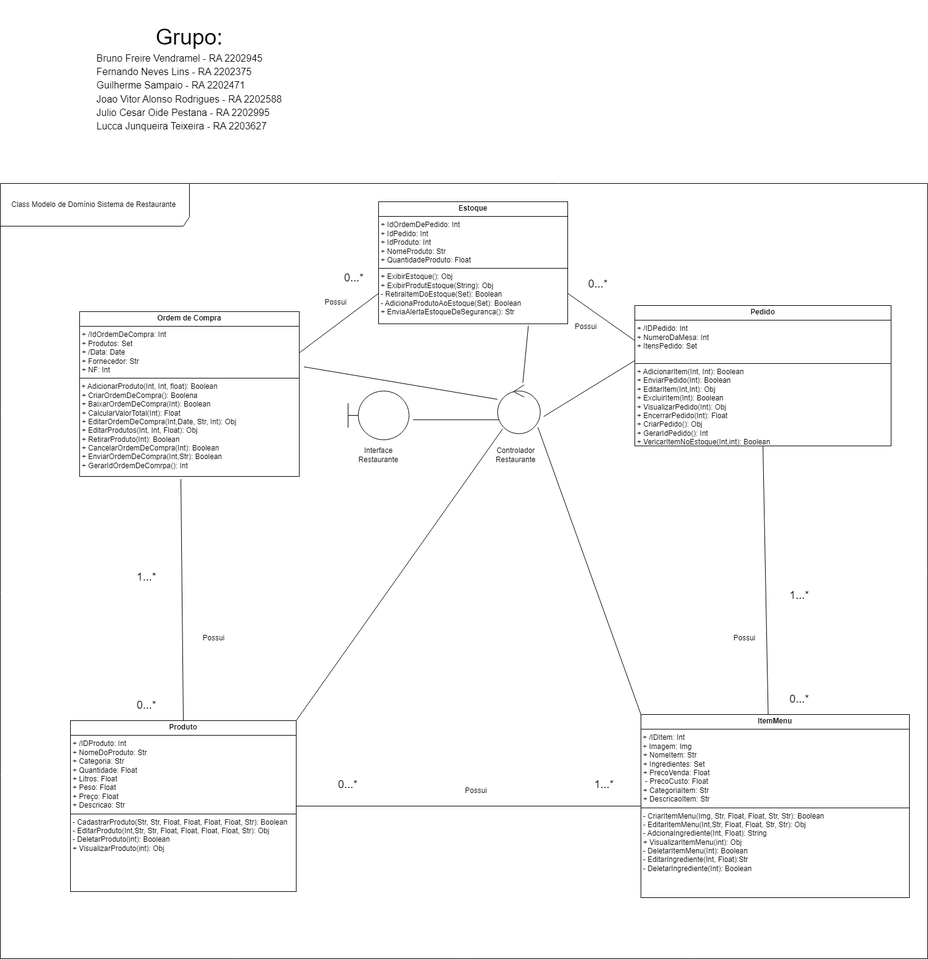
Above: Analise_e_Modelagem/Ap2/RestoBar_DiagramaDeClassesProjeto.png in GuiSampaioDias/Quarto_Semestre (draw.io), before the change. Source tidied: cells renumbered, new cells last; positions are measured from the earlier drawing's top-left corner, leaving out a move shared by most shapes.
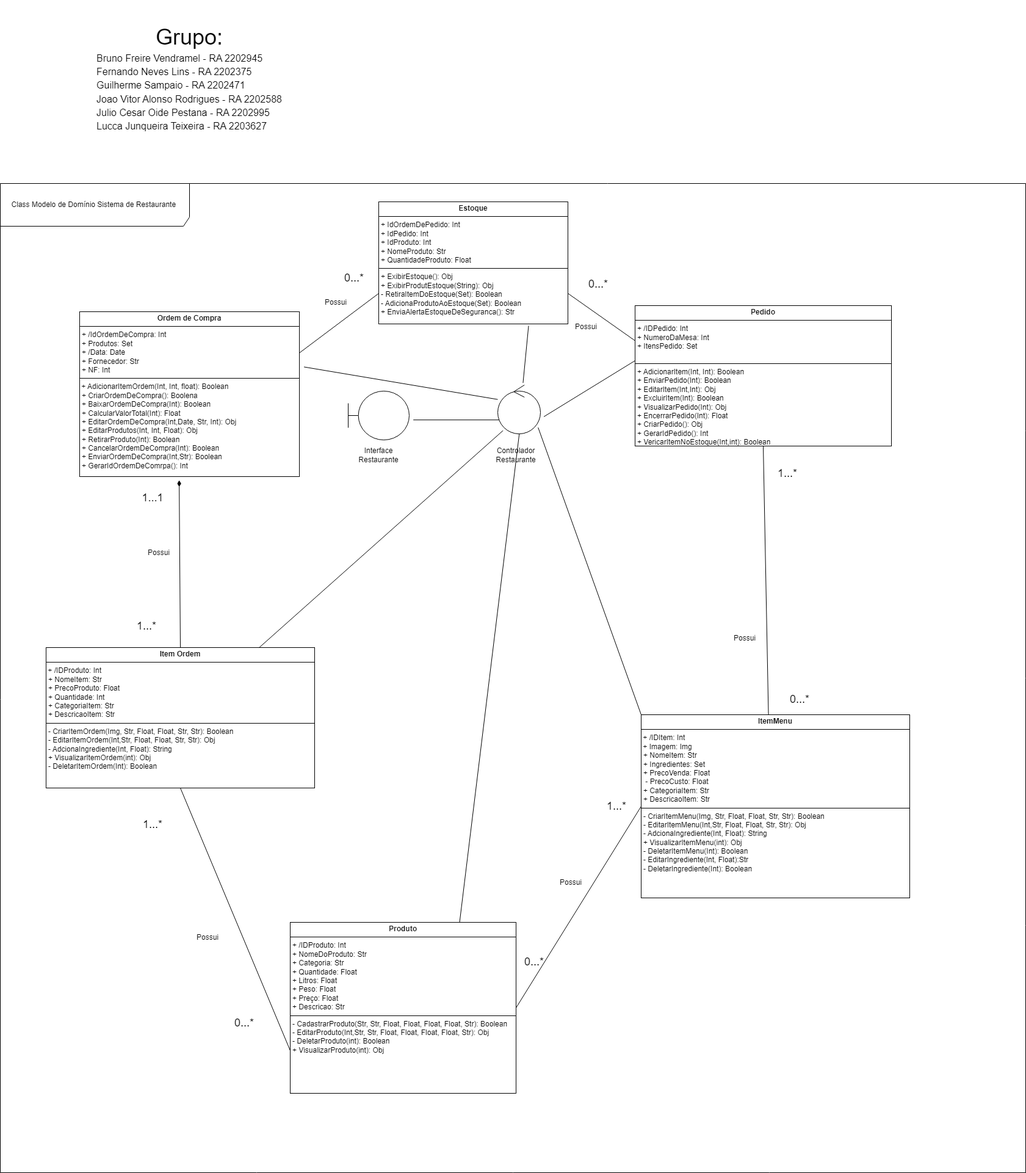
After the commit.

The edit, as a diff of the source:
```diff
@@ -11,5 +11,5 @@
     <mxCell id="4" value="&lt;p style=&quot;margin:0px;margin-top:4px;text-align:center;&quot;&gt;&lt;b&gt;Produto&lt;/b&gt;&lt;/p&gt;&lt;hr size=&quot;1&quot; style=&quot;border-style:solid;&quot;&gt;&lt;p style=&quot;margin:0px;margin-left:4px;&quot;&gt;+ /IDProduto: Int&lt;br&gt;+ NomeDoProduto: Str&lt;/p&gt;&lt;p style=&quot;margin:0px;margin-left:4px;&quot;&gt;+ Categoria: Str&lt;/p&gt;&lt;p style=&quot;margin:0px;margin-left:4px;&quot;&gt;+ Quantidade: Float&lt;/p&gt;&lt;p style=&quot;margin:0px;margin-left:4px;&quot;&gt;+ Litros: Float&lt;/p&gt;&lt;p style=&quot;margin:0px;margin-left:4px;&quot;&gt;+ Peso: Float&lt;/p&gt;&lt;p style=&quot;margin:0px;margin-left:4px;&quot;&gt;+ Preço: Float&lt;/p&gt;&lt;p style=&quot;margin:0px;margin-left:4px;&quot;&gt;+ Descricao: Str&lt;/p&gt;&lt;hr size=&quot;1&quot; style=&quot;border-style:solid;&quot;&gt;&lt;p style=&quot;margin:0px;margin-left:4px;&quot;&gt;- CadastrarProduto(Str, Str, Float, Float, Float, Float, Str): Boolean&lt;br&gt;- EditarProduto(Int,Str, Str, Float, Float, Float, Float, Str): Obj&lt;/p&gt;&lt;p style=&quot;margin:0px;margin-left:4px;&quot;&gt;- DeletarProduto(int): Boolean&lt;/p&gt;&lt;p style=&quot;margin:0px;margin-left:4px;&quot;&gt;+ VisualizarProduto(int): Obj&lt;/p&gt;" style="verticalAlign=top;align=left;overflow=fill;html=1;whiteSpace=wrap;" parent="1" vertex="1">
-      <mxGeometry x="115" y="1180" width="370" height="280" as="geometry" />
+      <mxGeometry x="475" y="1510" width="370" height="280" as="geometry" />
     </mxCell>
-    <mxCell id="5" value="&lt;p style=&quot;margin:0px;margin-top:4px;text-align:center;&quot;&gt;&lt;b&gt;Ordem de Compra&lt;/b&gt;&lt;/p&gt;&lt;hr size=&quot;1&quot; style=&quot;border-style:solid;&quot;&gt;&lt;p style=&quot;margin:0px;margin-left:4px;&quot;&gt;+ /IdOrdemDeCompra: Int&lt;br&gt;+ Produtos: Set&lt;/p&gt;&lt;p style=&quot;margin:0px;margin-left:4px;&quot;&gt;+ /Data: Date&lt;/p&gt;&lt;p style=&quot;margin:0px;margin-left:4px;&quot;&gt;+ Fornecedor: Str&lt;/p&gt;&lt;p style=&quot;margin:0px;margin-left:4px;&quot;&gt;+ NF: Int&lt;/p&gt;&lt;hr size=&quot;1&quot; style=&quot;border-style:solid;&quot;&gt;&amp;nbsp;+ AdicionarProduto(Int, Int, float): Boolean&lt;br&gt;&lt;p style=&quot;margin:0px;margin-left:4px;&quot;&gt;+ CriarOrdemDeCompra(): Boolena&lt;/p&gt;&lt;p style=&quot;margin:0px;margin-left:4px;&quot;&gt;+ BaixarOrdemDeCompra(Int): Boolean&lt;br&gt;+ CalcularValorTotal(Int): Float&lt;/p&gt;&lt;p style=&quot;margin:0px;margin-left:4px;&quot;&gt;+ EditarOrdemDeCompra(Int,&lt;span style=&quot;background-color: initial;&quot;&gt;Date, Str, Int&lt;/span&gt;&lt;span style=&quot;background-color: initial;&quot;&gt;): Obj&lt;/span&gt;&lt;/p&gt;&lt;p style=&quot;margin:0px;margin-left:4px;&quot;&gt;&lt;span style=&quot;background-color: initial;&quot;&gt;+ EditarProdutos(Int, Int, Float): Obj&lt;/span&gt;&lt;/p&gt;&lt;p style=&quot;margin:0px;margin-left:4px;&quot;&gt;&lt;span style=&quot;background-color: initial;&quot;&gt;+ RetirarProduto(Int): Boolean&lt;/span&gt;&lt;/p&gt;&lt;p style=&quot;margin:0px;margin-left:4px;&quot;&gt;&lt;span style=&quot;background-color: initial;&quot;&gt;+ CancelarOrdemDeCompra(Int): Boolean&lt;/span&gt;&lt;/p&gt;&lt;p style=&quot;margin:0px;margin-left:4px;&quot;&gt;&lt;span style=&quot;background-color: initial;&quot;&gt;+ EnviarOrdemDeCompra(Int,Str): Boolean&lt;/span&gt;&lt;/p&gt;&lt;p style=&quot;margin:0px;margin-left:4px;&quot;&gt;&lt;span style=&quot;background-color: initial;&quot;&gt;+ GerarIdOrdemDeComrpa(): Int&lt;/span&gt;&lt;/p&gt;" style="verticalAlign=top;align=left;overflow=fill;html=1;whiteSpace=wrap;" parent="1" vertex="1">
+    <mxCell id="5" value="&lt;p style=&quot;margin:0px;margin-top:4px;text-align:center;&quot;&gt;&lt;b&gt;Ordem de Compra&lt;/b&gt;&lt;/p&gt;&lt;hr size=&quot;1&quot; style=&quot;border-style:solid;&quot;&gt;&lt;p style=&quot;margin:0px;margin-left:4px;&quot;&gt;+ /IdOrdemDeCompra: Int&lt;br&gt;+ Produtos: Set&lt;/p&gt;&lt;p style=&quot;margin:0px;margin-left:4px;&quot;&gt;+ /Data: Date&lt;/p&gt;&lt;p style=&quot;margin:0px;margin-left:4px;&quot;&gt;+ Fornecedor: Str&lt;/p&gt;&lt;p style=&quot;margin:0px;margin-left:4px;&quot;&gt;+ NF: Int&lt;/p&gt;&lt;hr size=&quot;1&quot; style=&quot;border-style:solid;&quot;&gt;&amp;nbsp;+ AdicionarItemOrdem(Int, Int, float): Boolean&lt;br&gt;&lt;p style=&quot;margin:0px;margin-left:4px;&quot;&gt;+ CriarOrdemDeCompra(): Boolena&lt;/p&gt;&lt;p style=&quot;margin:0px;margin-left:4px;&quot;&gt;+ BaixarOrdemDeCompra(Int): Boolean&lt;br&gt;+ CalcularValorTotal(Int): Float&lt;/p&gt;&lt;p style=&quot;margin:0px;margin-left:4px;&quot;&gt;+ EditarOrdemDeCompra(Int,&lt;span style=&quot;background-color: initial;&quot;&gt;Date, Str, Int&lt;/span&gt;&lt;span style=&quot;background-color: initial;&quot;&gt;): Obj&lt;/span&gt;&lt;/p&gt;&lt;p style=&quot;margin:0px;margin-left:4px;&quot;&gt;&lt;span style=&quot;background-color: initial;&quot;&gt;+ EditarProdutos(Int, Int, Float): Obj&lt;/span&gt;&lt;/p&gt;&lt;p style=&quot;margin:0px;margin-left:4px;&quot;&gt;&lt;span style=&quot;background-color: initial;&quot;&gt;+ RetirarProduto(Int): Boolean&lt;/span&gt;&lt;/p&gt;&lt;p style=&quot;margin:0px;margin-left:4px;&quot;&gt;&lt;span style=&quot;background-color: initial;&quot;&gt;+ CancelarOrdemDeCompra(Int): Boolean&lt;/span&gt;&lt;/p&gt;&lt;p style=&quot;margin:0px;margin-left:4px;&quot;&gt;&lt;span style=&quot;background-color: initial;&quot;&gt;+ EnviarOrdemDeCompra(Int,Str): Boolean&lt;/span&gt;&lt;/p&gt;&lt;p style=&quot;margin:0px;margin-left:4px;&quot;&gt;&lt;span style=&quot;background-color: initial;&quot;&gt;+ GerarIdOrdemDeComrpa(): Int&lt;/span&gt;&lt;/p&gt;" style="verticalAlign=top;align=left;overflow=fill;html=1;whiteSpace=wrap;" parent="1" vertex="1">
       <mxGeometry x="130" y="510" width="360" height="270" as="geometry" />
@@ -19,7 +19,2 @@
     </mxCell>
-    <mxCell id="7" style="endArrow=none;html=1;rounded=0;entryX=0.461;entryY=1.016;entryDx=0;entryDy=0;entryPerimeter=0;" parent="1" edge="1" target="5">
-      <mxGeometry relative="1" as="geometry">
-        <mxPoint x="300" y="1180" as="sourcePoint" />
-      </mxGeometry>
-    </mxCell>
     <mxCell id="8" style="endArrow=none;html=1;rounded=0;exitX=1;exitY=0.5;exitDx=0;exitDy=0;entryX=0;entryY=0.5;entryDx=0;entryDy=0;" parent="1" edge="1" source="4" target="6">
@@ -37,6 +32,6 @@
     <mxCell id="12" value="Possui" style="text;html=1;align=center;verticalAlign=middle;whiteSpace=wrap;rounded=0;" parent="1" vertex="1">
-      <mxGeometry x="320" y="1030" width="60" height="30" as="geometry" />
+      <mxGeometry x="310" y="1520" width="60" height="30" as="geometry" />
     </mxCell>
     <mxCell id="13" value="Possui" style="text;html=1;align=center;verticalAlign=middle;whiteSpace=wrap;rounded=0;" parent="1" vertex="1">
-      <mxGeometry x="750" y="1280" width="60" height="30" as="geometry" />
+      <mxGeometry x="905" y="1430" width="60" height="30" as="geometry" />
     </mxCell>
@@ -52,12 +47,12 @@
     <mxCell id="17" value="&lt;font style=&quot;font-size: 18px;&quot;&gt;1...*&lt;/font&gt;" style="text;html=1;align=center;verticalAlign=middle;whiteSpace=wrap;rounded=0;" parent="1" vertex="1">
-      <mxGeometry x="960" y="1270" width="60" height="30" as="geometry" />
+      <mxGeometry x="980" y="1305" width="60" height="30" as="geometry" />
     </mxCell>
     <mxCell id="18" value="&lt;font style=&quot;font-size: 18px;&quot;&gt;0...*&lt;/font&gt;" style="text;html=1;align=center;verticalAlign=middle;whiteSpace=wrap;rounded=0;" parent="1" vertex="1">
-      <mxGeometry x="540" y="1270" width="60" height="30" as="geometry" />
+      <mxGeometry x="845" y="1560" width="60" height="30" as="geometry" />
     </mxCell>
     <mxCell id="19" value="&lt;font style=&quot;font-size: 18px;&quot;&gt;0...*&lt;/font&gt;" style="text;html=1;align=center;verticalAlign=middle;whiteSpace=wrap;rounded=0;" parent="1" vertex="1">
-      <mxGeometry x="210" y="1140" width="60" height="30" as="geometry" />
+      <mxGeometry x="370" y="1660" width="60" height="30" as="geometry" />
     </mxCell>
-    <mxCell id="20" value="&lt;font style=&quot;font-size: 18px;&quot;&gt;1&lt;span style=&quot;color: rgba(0, 0, 0, 0); font-family: monospace; font-size: 0px; text-align: start; text-wrap: nowrap;&quot;&gt;%3CmxGraphModel%3E%3Croot%3E%3CmxCell%20id%3D%220%22%2F%3E%3CmxCell%20id%3D%221%22%20parent%3D%220%22%2F%3E%3CmxCell%20id%3D%222%22%20value%3D%22%26lt%3Bfont%20style%3D%26quot%3Bfont-size%3A%2018px%3B%26quot%3B%26gt%3B0...*%26lt%3B%2Ffont%26gt%3B%22%20style%3D%22text%3Bhtml%3D1%3Balign%3Dcenter%3BverticalAlign%3Dmiddle%3BwhiteSpace%3Dwrap%3Brounded%3D0%3B%22%20vertex%3D%221%22%20parent%3D%221%22%3E%3CmxGeometry%20x%3D%22240%22%20y%3D%22830%22%20width%3D%2260%22%20height%3D%2230%22%20as%3D%22geometry%22%2F%3E%3C%2FmxCell%3E%3C%2Froot%3E%3C%2FmxGraphModel%3E&lt;/span&gt;...*&lt;/font&gt;" style="text;html=1;align=center;verticalAlign=middle;whiteSpace=wrap;rounded=0;" parent="1" vertex="1">
-      <mxGeometry x="210" y="930" width="60" height="30" as="geometry" />
+    <mxCell id="20" value="&lt;font style=&quot;font-size: 18px;&quot;&gt;1&lt;span style=&quot;color: rgba(0, 0, 0, 0); font-family: monospace; font-size: 0px; text-align: start; text-wrap: nowrap;&quot;&gt;%3CmxGraphModel%3E%3Croot%3E%3CmxCell%20id%3D%220%22%2F%3E%3CmxCell%20id%3D%221%22%20parent%3D%220%22%2F%3E%3CmxCell%20id%3D%222%22%20value%3D%22%26lt%3Bfont%20style%3D%26quot%3Bfont-size%3A%2018px%3B%26quot%3B%26gt%3B0...*%26lt%3B%2Ffont%26gt%3B%22%20style%3D%22text%3Bhtml%3D1%3Balign%3Dcenter%3BverticalAlign%3Dmiddle%3BwhiteSpace%3Dwrap%3Brounded%3D0%3B%22%20vertex%3D%221%22%20parent%3D%221%22%3E%3CmxGeometry%20x%3D%22240%22%20y%3D%22830%22%20width%3D%2260%22%20height%3D%2230%22%20as%3D%22geometry%22%2F%3E%3C%2FmxCell%3E%3C%2Froot%3E%3C%2FmxGraphModel%3E&lt;/span&gt;...1&lt;/font&gt;" style="text;html=1;align=center;verticalAlign=middle;whiteSpace=wrap;rounded=0;" parent="1" vertex="1">
+      <mxGeometry x="220" y="800" width="60" height="30" as="geometry" />
     </mxCell>
@@ -67,3 +62,3 @@
     <mxCell id="22" value="&lt;font style=&quot;font-size: 18px;&quot;&gt;1...*&lt;/font&gt;" style="text;html=1;align=center;verticalAlign=middle;whiteSpace=wrap;rounded=0;" parent="1" vertex="1">
-      <mxGeometry x="1280" y="960" width="60" height="30" as="geometry" />
+      <mxGeometry x="1260" y="760" width="60" height="30" as="geometry" />
     </mxCell>
@@ -76,3 +71,3 @@
     <mxCell id="25" value="Class Modelo de Domínio Sistema de Restaurante&amp;nbsp;" style="shape=umlFrame;whiteSpace=wrap;html=1;width=310;height=70;" parent="1" vertex="1">
-      <mxGeometry y="300" width="1520" height="1270" as="geometry" />
+      <mxGeometry y="300" width="1680" height="1620" as="geometry" />
     </mxCell>
@@ -102,3 +97,3 @@
     </mxCell>
-    <mxCell id="34" style="endArrow=none;html=1;rounded=0;exitX=1;exitY=0;exitDx=0;exitDy=0;entryX=0.121;entryY=0.899;entryDx=0;entryDy=0;entryPerimeter=0;" parent="1" edge="1" source="4" target="27">
+    <mxCell id="34" style="endArrow=none;html=1;rounded=0;exitX=0.75;exitY=0;exitDx=0;exitDy=0;entryX=0.505;entryY=0.996;entryDx=0;entryDy=0;entryPerimeter=0;" parent="1" edge="1" source="4" target="27">
       <mxGeometry relative="1" as="geometry" />
@@ -111,2 +106,23 @@
     </mxCell>
+    <mxCell id="37" value="&lt;p style=&quot;margin:0px;margin-top:4px;text-align:center;&quot;&gt;&lt;b&gt;Item Ordem&lt;/b&gt;&lt;/p&gt;&lt;hr size=&quot;1&quot; style=&quot;border-style:solid;&quot;&gt;&amp;nbsp;+ /IDProduto: Int&amp;nbsp;&lt;div&gt;&lt;p style=&quot;margin:0px;margin-left:4px;&quot;&gt;+ NomeItem: Str&lt;br&gt;&lt;/p&gt;&lt;p style=&quot;margin:0px;margin-left:4px;&quot;&gt;+ PrecoProduto: Float&lt;/p&gt;&lt;p style=&quot;margin:0px;margin-left:4px;&quot;&gt;+ Quantidade: Int&lt;/p&gt;&lt;p style=&quot;margin:0px;margin-left:4px;&quot;&gt;+ CategoriaItem: Str&lt;/p&gt;&lt;p style=&quot;margin:0px;margin-left:4px;&quot;&gt;+ DescricaoItem: Str&lt;/p&gt;&lt;hr size=&quot;1&quot; style=&quot;border-style:solid;&quot;&gt;&lt;p style=&quot;margin:0px;margin-left:4px;&quot;&gt;- CriarItemOrdem(Img,&amp;nbsp;&lt;span style=&quot;background-color: initial;&quot;&gt;Str, Float, Float, Str, Str&lt;/span&gt;&lt;span style=&quot;background-color: initial;&quot;&gt;): Boolean&lt;/span&gt;&lt;/p&gt;&lt;p style=&quot;margin:0px;margin-left:4px;&quot;&gt;- EditarItemOrdem(Int,Str, Float, Float, Str, Str): Obj&lt;/p&gt;&lt;p style=&quot;margin:0px;margin-left:4px;&quot;&gt;- AdcionaIngrediente(Int, Float): String&lt;/p&gt;&lt;p style=&quot;margin:0px;margin-left:4px;&quot;&gt;+ VisualizarItemOrdem(int): Obj&lt;/p&gt;&lt;p style=&quot;margin:0px;margin-left:4px;&quot;&gt;- DeletarItemOrdem(Int): Boolean&lt;/p&gt;&lt;p style=&quot;margin:0px;margin-left:4px;&quot;&gt;&lt;br&gt;&lt;/p&gt;&lt;p style=&quot;margin:0px;margin-left:4px;&quot;&gt;&lt;br&gt;&lt;/p&gt;&lt;p style=&quot;margin:0px;margin-left:4px;&quot;&gt;&lt;br&gt;&lt;/p&gt;&lt;/div&gt;" style="verticalAlign=top;align=left;overflow=fill;html=1;whiteSpace=wrap;" parent="1" vertex="1">
+      <mxGeometry x="75" y="1060" width="440" height="230" as="geometry" />
+    </mxCell>
+    <mxCell id="38" style="endArrow=none;html=1;rounded=0;entryX=0.124;entryY=0.933;entryDx=0;entryDy=0;entryPerimeter=0;" parent="1" edge="1" source="37" target="27">
+      <mxGeometry relative="1" as="geometry" />
+    </mxCell>
+    <mxCell id="39" style="endArrow=none;html=1;rounded=0;entryX=0.5;entryY=1;entryDx=0;entryDy=0;exitX=0;exitY=0.75;exitDx=0;exitDy=0;" parent="1" edge="1" source="4" target="37">
+      <mxGeometry relative="1" as="geometry" />
+    </mxCell>
+    <mxCell id="40" value="&lt;font style=&quot;font-size: 18px;&quot;&gt;1...*&lt;/font&gt;" style="text;html=1;align=center;verticalAlign=middle;whiteSpace=wrap;rounded=0;" parent="1" vertex="1">
+      <mxGeometry x="220" y="1335" width="60" height="30" as="geometry" />
+    </mxCell>
+    <mxCell id="41" value="&lt;font style=&quot;font-size: 18px;&quot;&gt;1...*&lt;/font&gt;" style="text;html=1;align=center;verticalAlign=middle;whiteSpace=wrap;rounded=0;" parent="1" vertex="1">
+      <mxGeometry x="210" y="1010" width="60" height="30" as="geometry" />
+    </mxCell>
+    <mxCell id="42" value="Possui" style="text;html=1;align=center;verticalAlign=middle;whiteSpace=wrap;rounded=0;" parent="1" vertex="1">
+      <mxGeometry x="230" y="890" width="60" height="30" as="geometry" />
+    </mxCell>
+    <mxCell id="43" style="endArrow=none;startArrow=diamondThin;endFill=0;startFill=1;html=1;verticalAlign=bottom;labelBackgroundColor=none;strokeWidth=1;startSize=8;endSize=8;rounded=0;exitX=0.453;exitY=1.022;exitDx=0;exitDy=0;exitPerimeter=0;entryX=0.5;entryY=0;entryDx=0;entryDy=0;" parent="1" edge="1" source="5" target="37">
+      <mxGeometry relative="1" as="geometry" />
+    </mxCell>
   </root>
```
